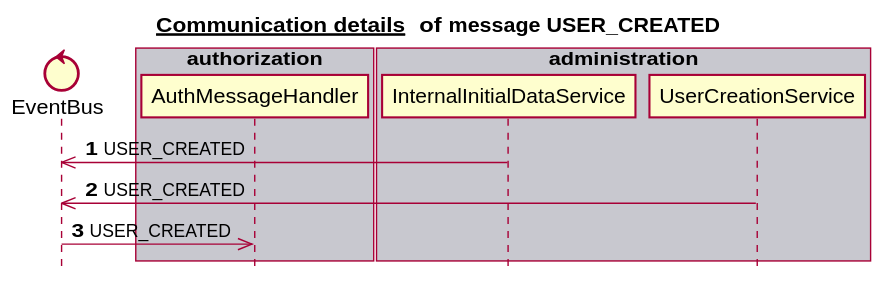
This is docs/latest/images/gen_domain_messaging_user_created.svg from mercedes-benz/sechub, a PlantUML export, as it was before one commit. Its diagram source:
```plantuml
@startuml


title __Communication details __ of **message USER_CREATED**
skinparam style strictuml


control EventBus
box "authorization" #C8C8CF
   participant AuthMessageHandler
end box
box "scan" #F8F8FF
end box
box "administration" #C8C8CF
   participant InternalInitialDataService
   participant UserCreationService
end box
box "schedule" #F8F8FF
end box
box "notification" #C8C8CF
end box
autonumber 1
InternalInitialDataService ->> EventBus:USER_CREATED
UserCreationService ->> EventBus:USER_CREATED
EventBus ->> AuthMessageHandler:USER_CREATED
autonumber stop


@enduml
```
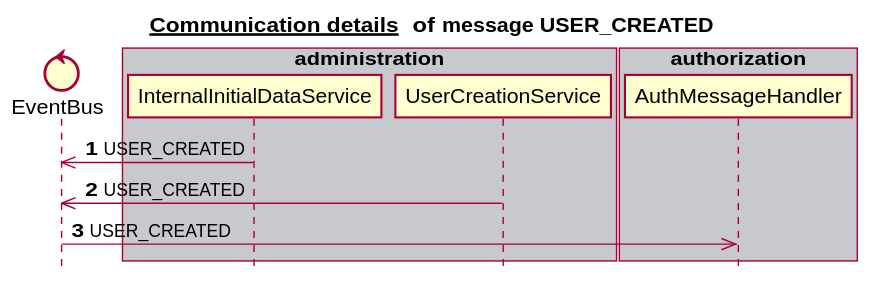
The same diagram one commit later.

Diff of the diagram source:
```diff
@@ -6,16 +6,16 @@
 
 
 control EventBus
-box "authorization" #C8C8CF
-   participant AuthMessageHandler
-end box
-box "scan" #F8F8FF
-end box
 box "administration" #C8C8CF
    participant InternalInitialDataService
    participant UserCreationService
 end box
 box "schedule" #F8F8FF
+end box
+box "authorization" #C8C8CF
+   participant AuthMessageHandler
+end box
+box "scan" #F8F8FF
 end box
 box "notification" #C8C8CF
 end box
```
